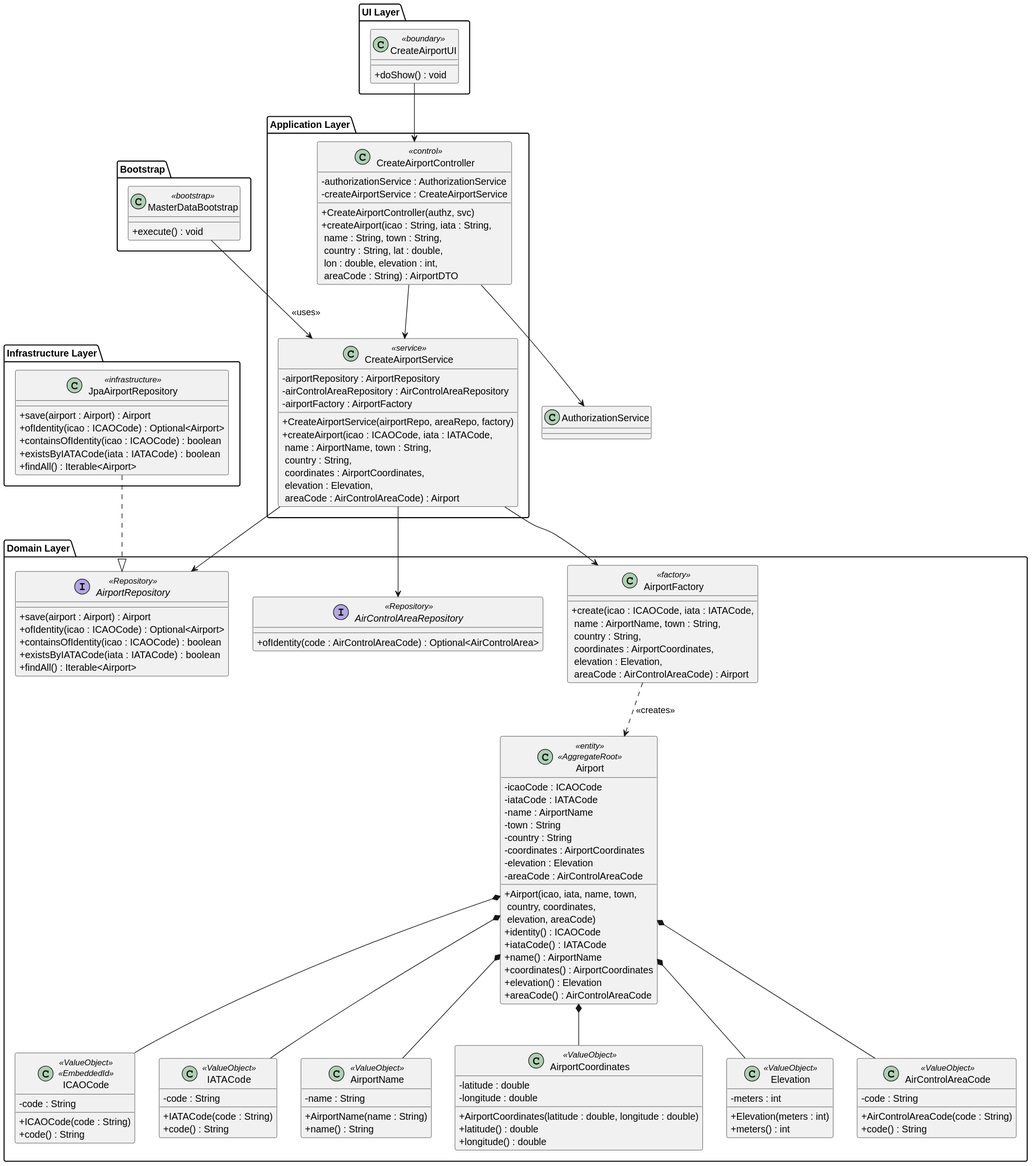
Earlier version of the PlantUML export docs/Sprint 2/EAPLI/US052/svg/US052_class_diagram.svg (DuartePinto1240/sem4pi2526-sem4pi2526_2da2).
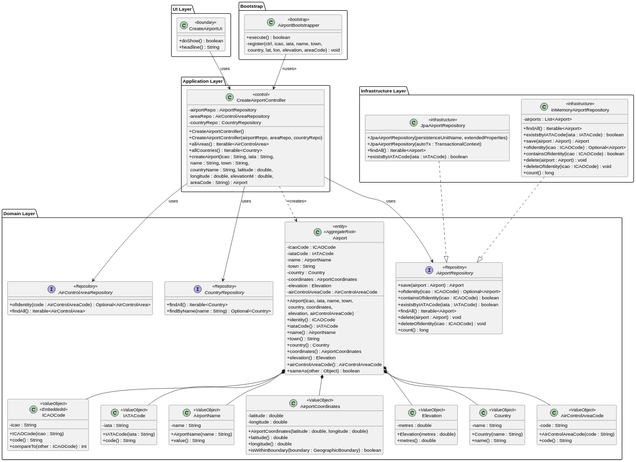
Above is the later version.

Change to the diagram source:
```diff
@@ -3,24 +3,21 @@
 
 package "UI Layer" {
   class CreateAirportUI <<boundary>> {
-    + doShow() : void
+    + doShow() : boolean
+    + headline() : String
   }
 }
 
 package "Application Layer" {
   class CreateAirportController <<control>> {
-    - authorizationService : AuthorizationService
-    - createAirportService : CreateAirportService
-    + CreateAirportController(authz, svc)
-    + createAirport(icao : String, iata : String,\n name : String, town : String,\n country : String, lat : double,\n lon : double, elevation : int,\n areaCode : String) : AirportDTO
-  }
-
-  class CreateAirportService <<service>> {
-    - airportRepository : AirportRepository
-    - airControlAreaRepository : AirControlAreaRepository
-    - airportFactory : AirportFactory
-    + CreateAirportService(airportRepo, areaRepo, factory)
-    + createAirport(icao : ICAOCode, iata : IATACode,\n name : AirportName, town : String,\n country : String,\n coordinates : AirportCoordinates,\n elevation : Elevation,\n areaCode : AirControlAreaCode) : Airport
+    - airportRepo : AirportRepository
+    - areaRepo : AirControlAreaRepository
+    - countryRepo : CountryRepository
+    + CreateAirportController()
+    + CreateAirportController(airportRepo, areaRepo, countryRepo)
+    + allAreas() : Iterable<AirControlArea>
+    + allCountries() : Iterable<Country>
+    + createAirport(icao : String, iata : String,\n name : String, town : String,\n countryName : String, latitude : double,\n longitude : double, elevationM : double,\n areaCode : String) : Airport
   }
 }
 
@@ -30,39 +27,39 @@
     - iataCode : IATACode
     - name : AirportName
     - town : String
-    - country : String
+    - country : Country
     - coordinates : AirportCoordinates
     - elevation : Elevation
-    - areaCode : AirControlAreaCode
-    + Airport(icao, iata, name, town,\n country, coordinates,\n elevation, areaCode)
+    - airControlAreaCode : AirControlAreaCode
+    + Airport(icao, iata, name, town,\n country, coordinates,\n elevation, airControlAreaCode)
     + identity() : ICAOCode
     + iataCode() : IATACode
     + name() : AirportName
+    + town() : String
+    + country() : Country
     + coordinates() : AirportCoordinates
     + elevation() : Elevation
-    + areaCode() : AirControlAreaCode
-  }
-
-  class AirportFactory <<factory>> {
-    + create(icao : ICAOCode, iata : IATACode,\n name : AirportName, town : String,\n country : String,\n coordinates : AirportCoordinates,\n elevation : Elevation,\n areaCode : AirControlAreaCode) : Airport
+    + airControlAreaCode() : AirControlAreaCode
+    + sameAs(other : Object) : boolean
   }
 
   class ICAOCode <<ValueObject>> <<EmbeddedId>> {
-    - code : String
-    + ICAOCode(code : String)
+    - icao : String
+    + ICAOCode(icao : String)
     + code() : String
+    + compareTo(other : ICAOCode) : int
   }
 
   class IATACode <<ValueObject>> {
-    - code : String
-    + IATACode(code : String)
+    - iata : String
+    + IATACode(iata : String)
     + code() : String
   }
 
   class AirportName <<ValueObject>> {
     - name : String
     + AirportName(name : String)
-    + name() : String
+    + value() : String
   }
 
   class AirportCoordinates <<ValueObject>> {
@@ -71,12 +68,19 @@
     + AirportCoordinates(latitude : double, longitude : double)
     + latitude() : double
     + longitude() : double
+    + isWithinBoundary(boundary : GeographicBoundary) : boolean
   }
 
   class Elevation <<ValueObject>> {
-    - meters : int
-    + Elevation(meters : int)
-    + meters() : int
+    - metres : double
+    + Elevation(metres : double)
+    + metres() : double
+  }
+
+  class Country <<ValueObject>> {
+    - name : String
+    + Country(name : String)
+    + name() : String
   }
 
   class AirControlAreaCode <<ValueObject>> {
@@ -91,47 +95,67 @@
     + containsOfIdentity(icao : ICAOCode) : boolean
     + existsByIATACode(iata : IATACode) : boolean
     + findAll() : Iterable<Airport>
+    + delete(airport : Airport) : void
+    + deleteOfIdentity(icao : ICAOCode) : void
+    + count() : long
   }
 
   interface AirControlAreaRepository <<Repository>> {
     + ofIdentity(code : AirControlAreaCode) : Optional<AirControlArea>
+    + findAll() : Iterable<AirControlArea>
+  }
+
+  interface CountryRepository <<Repository>> {
+    + findAll() : Iterable<Country>
+    + findByName(name : String) : Optional<Country>
   }
 }
 
 package "Infrastructure Layer" {
   class JpaAirportRepository <<infrastructure>> {
+    + JpaAirportRepository(persistenceUnitName, extendedProperties)
+    + JpaAirportRepository(autoTx : TransactionalContext)
+    + findAll() : Iterable<Airport>
+    + existsByIATACode(iata : IATACode) : boolean
+  }
+
+  class InMemoryAirportRepository <<infrastructure>> {
+    - airports : List<Airport>
+    + findAll() : Iterable<Airport>
+    + existsByIATACode(iata : IATACode) : boolean
     + save(airport : Airport) : Airport
     + ofIdentity(icao : ICAOCode) : Optional<Airport>
     + containsOfIdentity(icao : ICAOCode) : boolean
-    + existsByIATACode(iata : IATACode) : boolean
-    + findAll() : Iterable<Airport>
+    + delete(airport : Airport) : void
+    + deleteOfIdentity(icao : ICAOCode) : void
+    + count() : long
   }
 }
 
 package "Bootstrap" {
-  class MasterDataBootstrap <<bootstrap>> {
-    + execute() : void
+  class AirportBootstrapper <<bootstrap>> {
+    + execute() : boolean
+    - register(ctrl, icao, iata, name, town,\n country, lat, lon, elevation, areaCode) : void
   }
 }
 
-CreateAirportUI --> CreateAirportController
-CreateAirportController --> CreateAirportService
-CreateAirportController --> AuthorizationService
+CreateAirportUI --> CreateAirportController : uses
 
-CreateAirportService --> AirportFactory
-CreateAirportService --> AirportRepository
-CreateAirportService --> AirControlAreaRepository
-
-AirportFactory ..> Airport : <<creates>>
+CreateAirportController --> AirportRepository : uses
+CreateAirportController --> AirControlAreaRepository : uses
+CreateAirportController --> CountryRepository : uses
+CreateAirportController ..> Airport : <<creates>>
 
 Airport *-- ICAOCode
 Airport *-- IATACode
 Airport *-- AirportName
+Airport *-- Country
 Airport *-- AirportCoordinates
 Airport *-- Elevation
 Airport *-- AirControlAreaCode
 
 JpaAirportRepository ..|> AirportRepository
+InMemoryAirportRepository ..|> AirportRepository
 
-MasterDataBootstrap --> CreateAirportService : <<uses>>
+AirportBootstrapper --> CreateAirportController : <<uses>>
 @enduml
```
